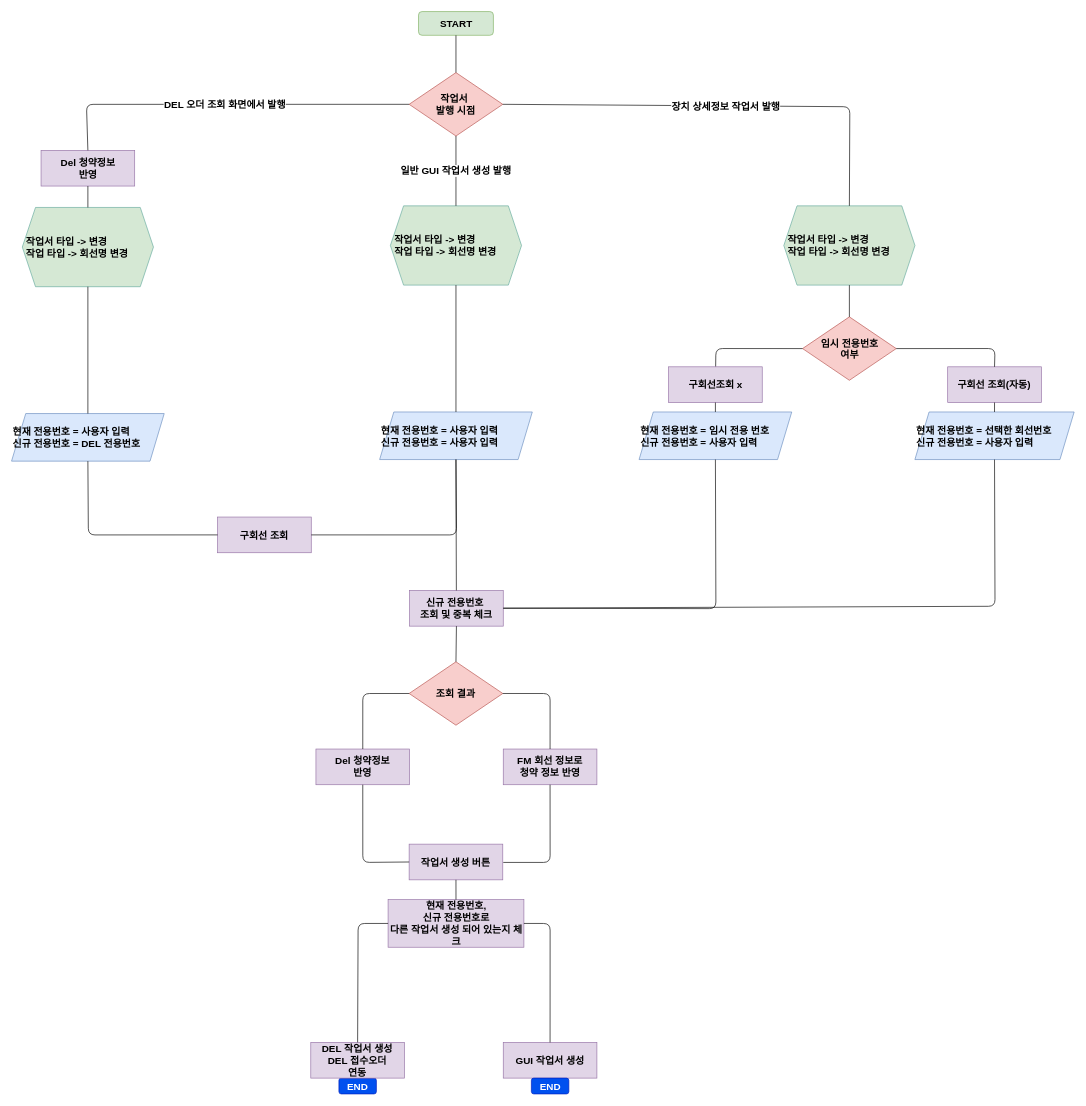
Earlier version of the draw.io diagram 작업서 발행 new.drawio (CharmingTree/UML). Source tidied: cells renumbered, new cells numbered last; positions are measured from the earlier drawing's top-left corner, leaving out a move shared by most shapes. Both pictures are drawn from the tidied source at 66%, with x=0, y=0 at pixel (11, 11).
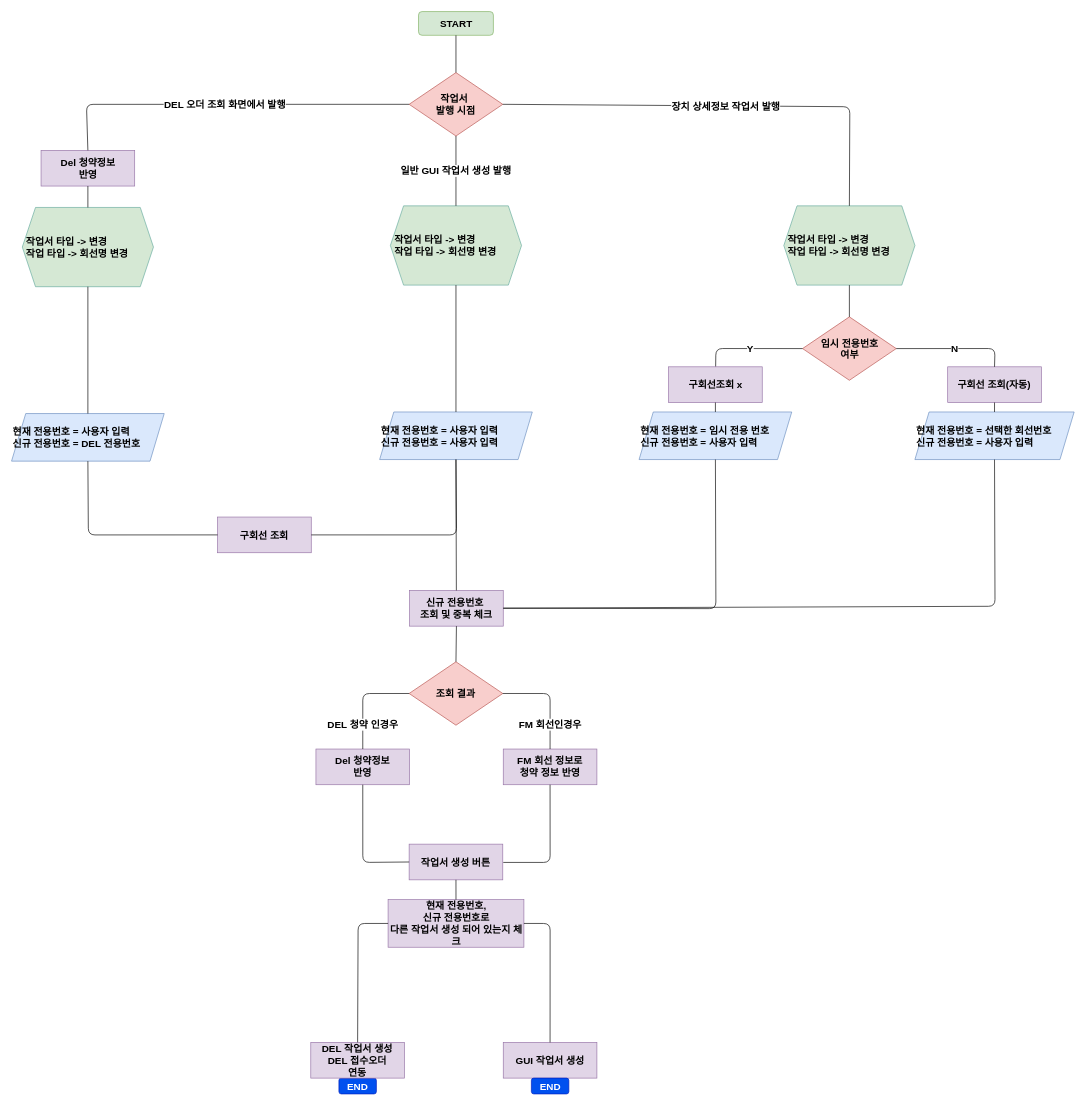
Above is the later version.

Commit message (it also covers changes not shown here):
Update 작업서 발행 new.drawio

The change refers to these unchanged cells:
```xml
<mxCell id="2" style="group;fontSize=15;" parent="1" vertex="1">
  <mxGeometry width="1610" height="1640" as="geometry" />
</mxCell>
<mxCell id="9" value="임시 전용번호&lt;br style=&quot;font-size: 15px;&quot;&gt;여부" style="rhombus;whiteSpace=wrap;html=1;fillColor=#f8cecc;strokeColor=#b85450;fontStyle=1;fontSize=15;" parent="2" vertex="1">
  <mxGeometry x="1198.5" y="462.6" width="141.9" height="96.1" as="geometry" />
</mxCell>
<mxCell id="24" value="구회선 조회(자동)" style="rounded=0;whiteSpace=wrap;html=1;fillColor=#e1d5e7;strokeColor=#9673a6;fontStyle=1;fontSize=15;" parent="2" vertex="1">
  <mxGeometry x="1418.4" y="538.3" width="141.9" height="54.1" as="geometry" />
</mxCell>
<mxCell id="27" value="구회선조회 x" style="rounded=0;whiteSpace=wrap;html=1;fillColor=#e1d5e7;strokeColor=#9673a6;fontStyle=1;fontSize=15;" parent="2" vertex="1">
  <mxGeometry x="995.5" y="538.3" width="141.9" height="54.1" as="geometry" />
</mxCell>
<mxCell id="35" value="조회 결과" style="rhombus;whiteSpace=wrap;html=1;fillColor=#f8cecc;strokeColor=#b85450;fontStyle=1;fontSize=15;" parent="2" vertex="1">
  <mxGeometry x="602.4" y="985.2" width="141.9" height="96.1" as="geometry" />
</mxCell>
<mxCell id="37" value="&lt;span style=&quot;font-size: 15px;&quot;&gt;Del 청약정보&lt;br style=&quot;font-size: 15px;&quot;&gt;&lt;/span&gt;&lt;span style=&quot;font-size: 15px;&quot;&gt;반영&lt;br style=&quot;font-size: 15px;&quot;&gt;&lt;/span&gt;" style="rounded=0;whiteSpace=wrap;html=1;fillColor=#e1d5e7;strokeColor=#9673a6;fontStyle=1;fontSize=15;" parent="2" vertex="1">
  <mxGeometry x="461.2" y="1117.4" width="141.9" height="54.1" as="geometry" />
</mxCell>
<mxCell id="38" value="&lt;span style=&quot;font-size: 15px;&quot;&gt;FM 회선 정보로&lt;br style=&quot;font-size: 15px;&quot;&gt;청약 정보 반영&lt;br style=&quot;font-size: 15px;&quot;&gt;&lt;/span&gt;" style="rounded=0;whiteSpace=wrap;html=1;fillColor=#e1d5e7;strokeColor=#9673a6;fontStyle=1;fontSize=15;" parent="2" vertex="1">
  <mxGeometry x="745" y="1117.4" width="141.9" height="54.1" as="geometry" />
</mxCell>
```

The edit, as a diff of the source:
```diff
@@
-    <mxCell id="19" style="endArrow=none;html=1;fontSize=15;entryX=0;entryY=0.5;entryDx=0;entryDy=0;fontStyle=1;" parent="2" edge="1" source="27" target="9">
+    <mxCell id="19" value="Y" style="endArrow=none;html=1;fontSize=15;entryX=0;entryY=0.5;entryDx=0;entryDy=0;fontStyle=1;" parent="2" edge="1" source="27" target="9">
       <mxGeometry relative="1" as="geometry">
         <Array as="points">
           <mxPoint x="1067.2" y="510.6" />
         </Array>
       </mxGeometry>
     </mxCell>
@@
-    <mxCell id="25" style="endArrow=none;html=1;fontSize=15;entryX=1;entryY=0.5;entryDx=0;entryDy=0;exitX=0.5;exitY=0;exitDx=0;exitDy=0;fontStyle=1;" parent="2" edge="1" source="24" target="9">
+    <mxCell id="25" value="N" style="endArrow=none;html=1;fontSize=15;entryX=1;entryY=0.5;entryDx=0;entryDy=0;exitX=0.5;exitY=0;exitDx=0;exitDy=0;fontStyle=1;" parent="2" edge="1" source="24" target="9">
       <mxGeometry relative="1" as="geometry">
         <Array as="points">
           <mxPoint x="1490.1" y="510.6" />
         </Array>
       </mxGeometry>
     </mxCell>
@@
-    <mxCell id="39" style="endArrow=none;html=1;fontSize=15;entryX=0;entryY=0.5;entryDx=0;entryDy=0;exitX=0.5;exitY=0;exitDx=0;exitDy=0;fontStyle=1;" parent="2" edge="1" source="37" target="35">
-      <mxGeometry relative="1" as="geometry">
+    <mxCell id="39" value="DEL 청약 인경우" style="endArrow=none;html=1;fontSize=15;entryX=0;entryY=0.5;entryDx=0;entryDy=0;exitX=0.5;exitY=0;exitDx=0;exitDy=0;fontStyle=1;" parent="2" edge="1" source="37" target="35">
+      <mxGeometry x="-0.52" relative="1" as="geometry">
         <Array as="points">
           <mxPoint x="532.2" y="1033.3" />
         </Array>
       </mxGeometry>
     </mxCell>
-    <mxCell id="40" style="endArrow=none;html=1;fontSize=15;entryX=1;entryY=0.5;entryDx=0;entryDy=0;exitX=0.5;exitY=0;exitDx=0;exitDy=0;fontStyle=1;" parent="2" edge="1" source="38" target="35">
-      <mxGeometry relative="1" as="geometry">
+    <mxCell id="40" value="FM 회선인경우" style="endArrow=none;html=1;fontSize=15;entryX=1;entryY=0.5;entryDx=0;entryDy=0;exitX=0.5;exitY=0;exitDx=0;exitDy=0;fontStyle=1;" parent="2" edge="1" source="38" target="35">
+      <mxGeometry x="-0.52" relative="1" as="geometry">
         <Array as="points">
           <mxPoint x="816" y="1033.3" />
         </Array>
       </mxGeometry>
     </mxCell>
```
